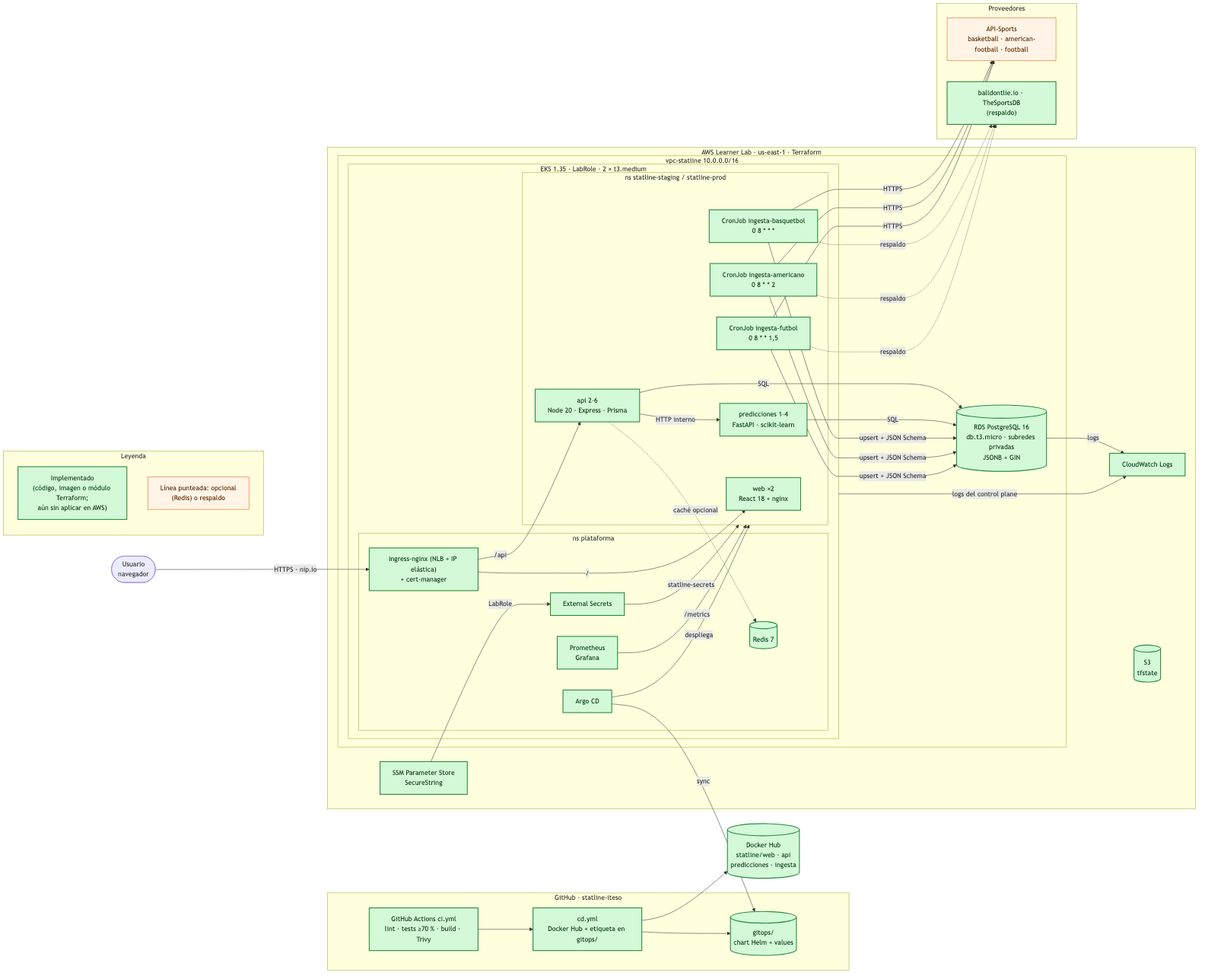
Above: docs/solucion.png in statline-iteso/statline-infra (Mermaid), before the change. Its source is kept beside it as docs/solucion.mmd.
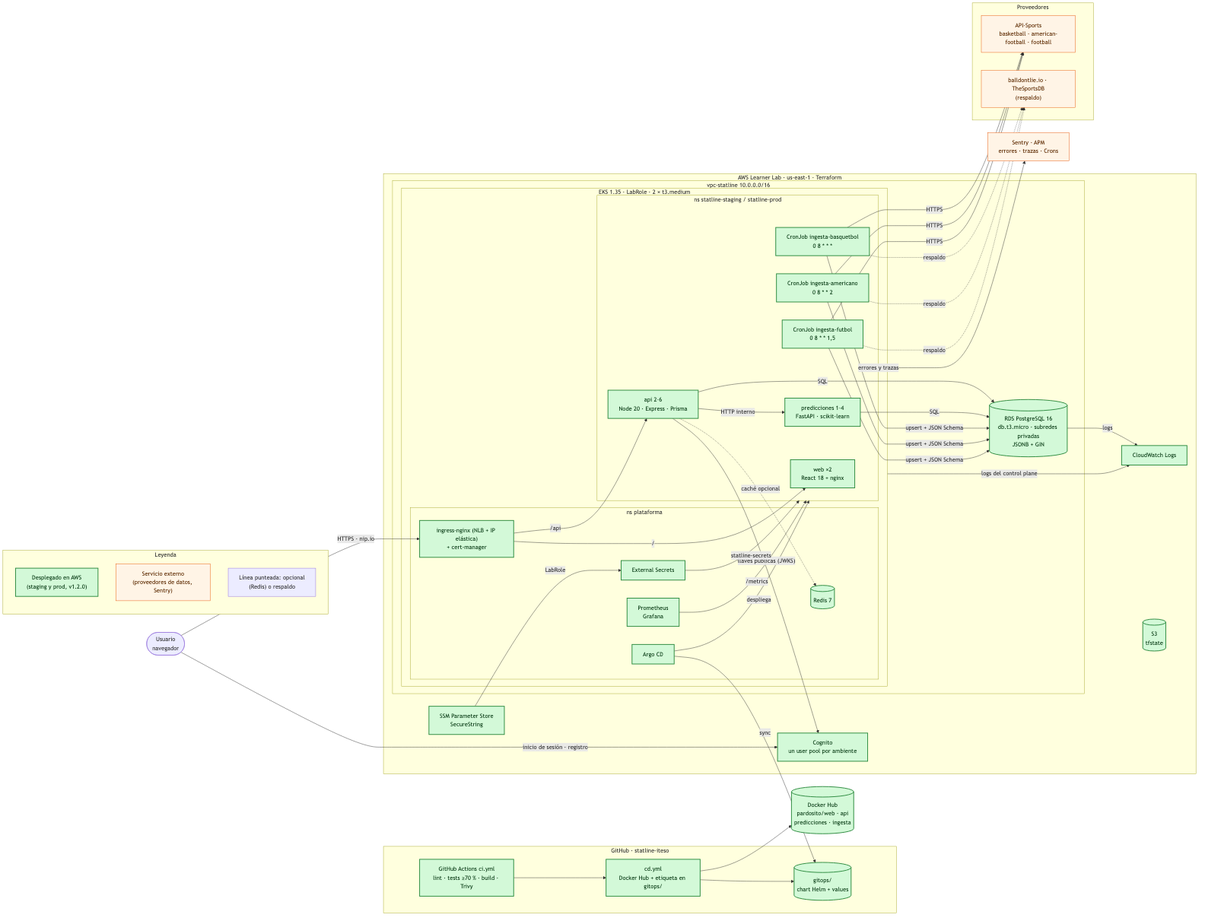
Later version of the same file.

Commit message:
docs: README as the project wiki, class and deployment diagrams

What changed in the source:
```diff
@@ -4,8 +4,9 @@
 
     subgraph LEG["Leyenda"]
         direction TB
-        L1["Implementado<br/>(código, imagen o módulo Terraform;<br/>aún sin aplicar en AWS)"]:::done
-        L2["Línea punteada: opcional<br/>(Redis) o respaldo"]:::ext
+        L1["Desplegado en AWS<br/>(staging y prod, v1.2.0)"]:::done
+        L2["Servicio externo<br/>(proveedores de datos, Sentry)"]:::ext
+        L3["Línea punteada: opcional<br/>(Redis) o respaldo"]
     end
 
     USR(["Usuario<br/>navegador"])
@@ -17,7 +18,7 @@
         GITOPS[("gitops/<br/>chart Helm + values")]:::done
     end
 
-    HUB[("Docker Hub<br/>statline/web · api<br/>predicciones · ingesta")]:::done
+    HUB[("Docker Hub<br/>pardosito/web · api<br/>predicciones · ingesta")]:::done
 
     subgraph AWS["AWS Learner Lab · us-east-1 · Terraform"]
         direction TB
@@ -44,17 +45,23 @@
             PG[("RDS PostgreSQL 16<br/>db.t3.micro · subredes privadas<br/>JSONB + GIN")]:::done
         end
         KV["SSM Parameter Store<br/>SecureString"]:::done
+        COG["Cognito<br/>un user pool por ambiente"]:::done
         LA["CloudWatch Logs"]:::done
         ST[("S3<br/>tfstate")]:::done
     end
 
+    SEN["Sentry · APM<br/>errores · trazas · Crons"]:::ext
+
     subgraph EXT["Proveedores"]
         direction TB
         APIS["API-Sports<br/>basketball · american-football · football"]:::ext
-        BDL["balldontlie.io · TheSportsDB<br/>(respaldo)"]:::done
+        BDL["balldontlie.io · TheSportsDB<br/>(respaldo)"]:::ext
     end
 
     USR -->|"HTTPS · nip.io"| ING
+    USR -->|"inicio de sesión · registro"| COG
+    API -->|"llaves públicas (JWKS)"| COG
+    APP -->|"errores y trazas"| SEN
     ING -->|/| WEB
     ING -->|/api| API
     API -->|SQL| PG
```
